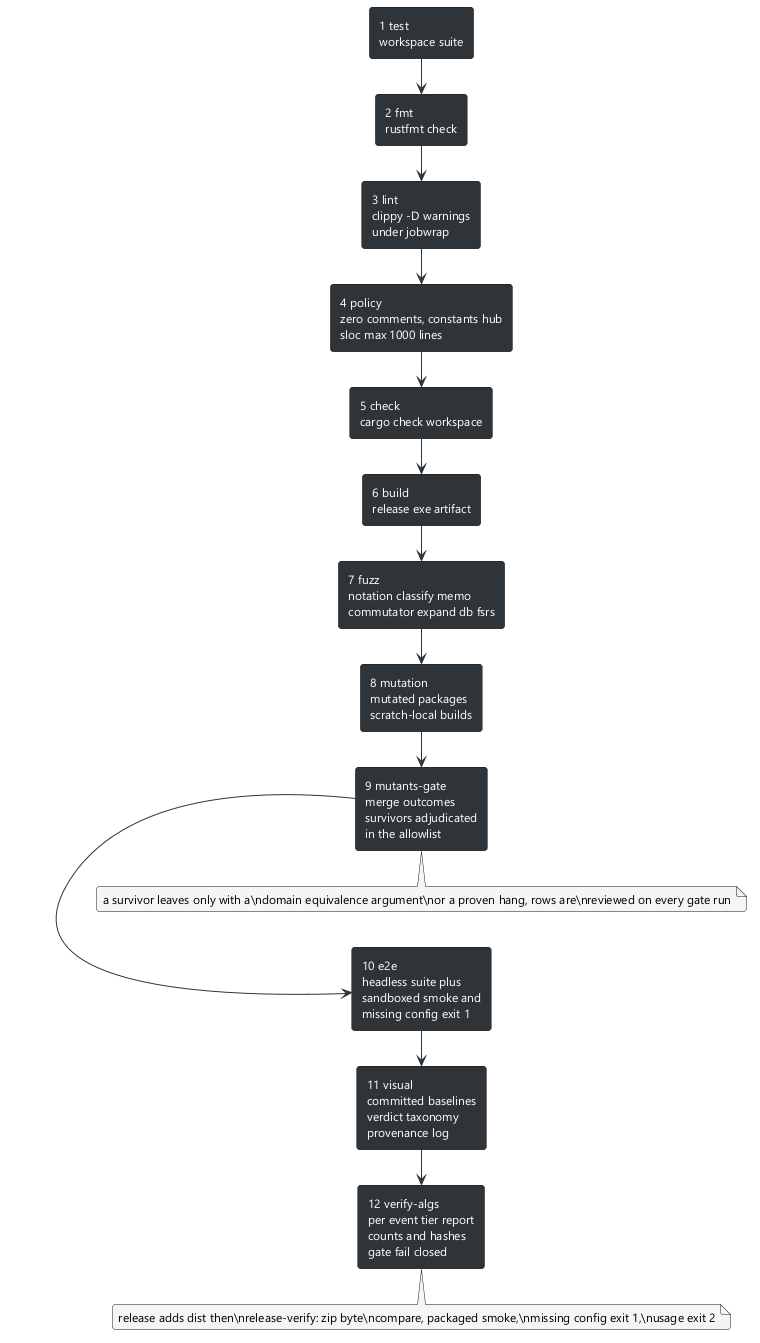
This is docs/diagrams/10-verification-chain.png from lavantien/blind-trainer, a PlantUML export, as it was before one commit.
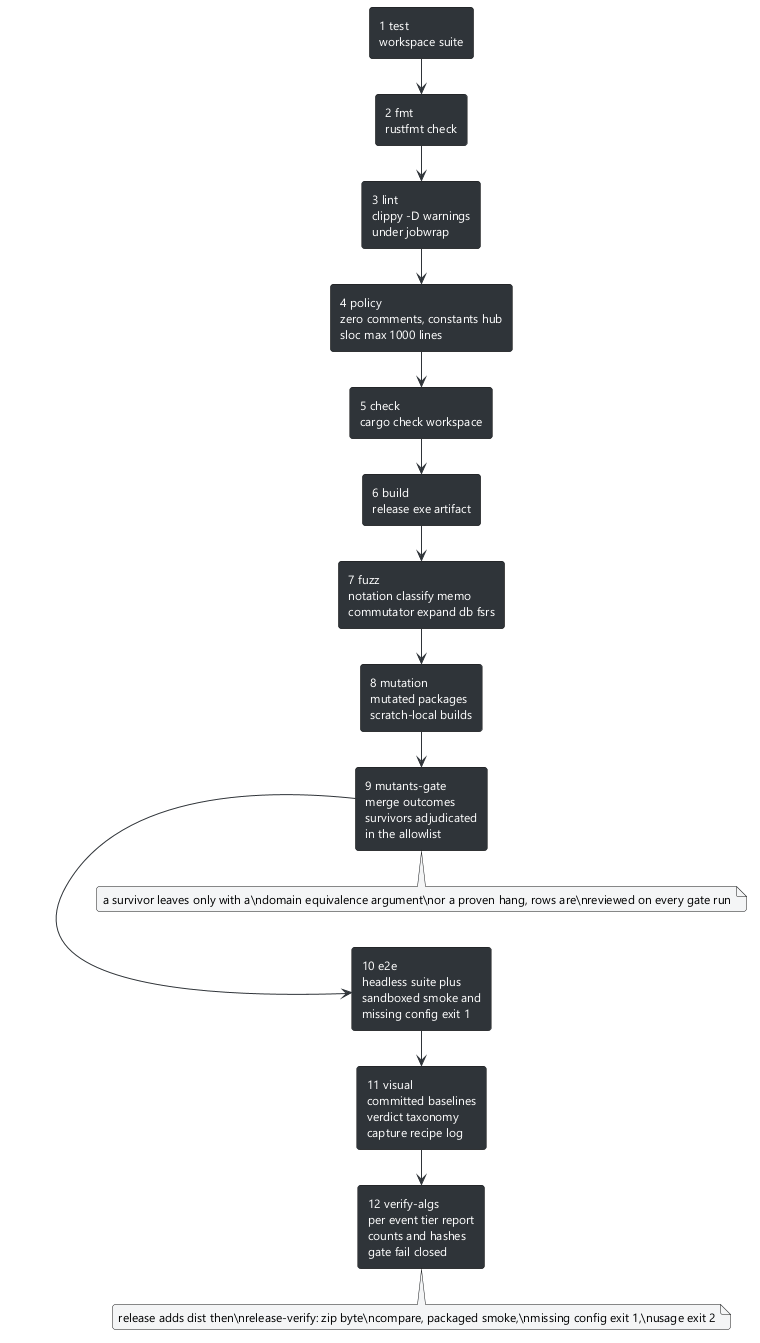
Later version of the same file.

What changed in the source:
```diff
@@ -18,7 +18,7 @@
 rectangle "8 mutation\nmutated packages\nscratch-local builds" as s8
 rectangle "9 mutants-gate\nmerge outcomes\nsurvivors adjudicated\nin the allowlist" as s9
 rectangle "10 e2e\nheadless suite plus\nsandboxed smoke and\nmissing config exit 1" as s10
-rectangle "11 visual\ncommitted baselines\nverdict taxonomy\nprovenance log" as s11
+rectangle "11 visual\ncommitted baselines\nverdict taxonomy\ncapture recipe log" as s11
 rectangle "12 verify-algs\nper event tier report\ncounts and hashes\ngate fail closed" as s12
 s1 -> s2
 s2 -> s3
```
